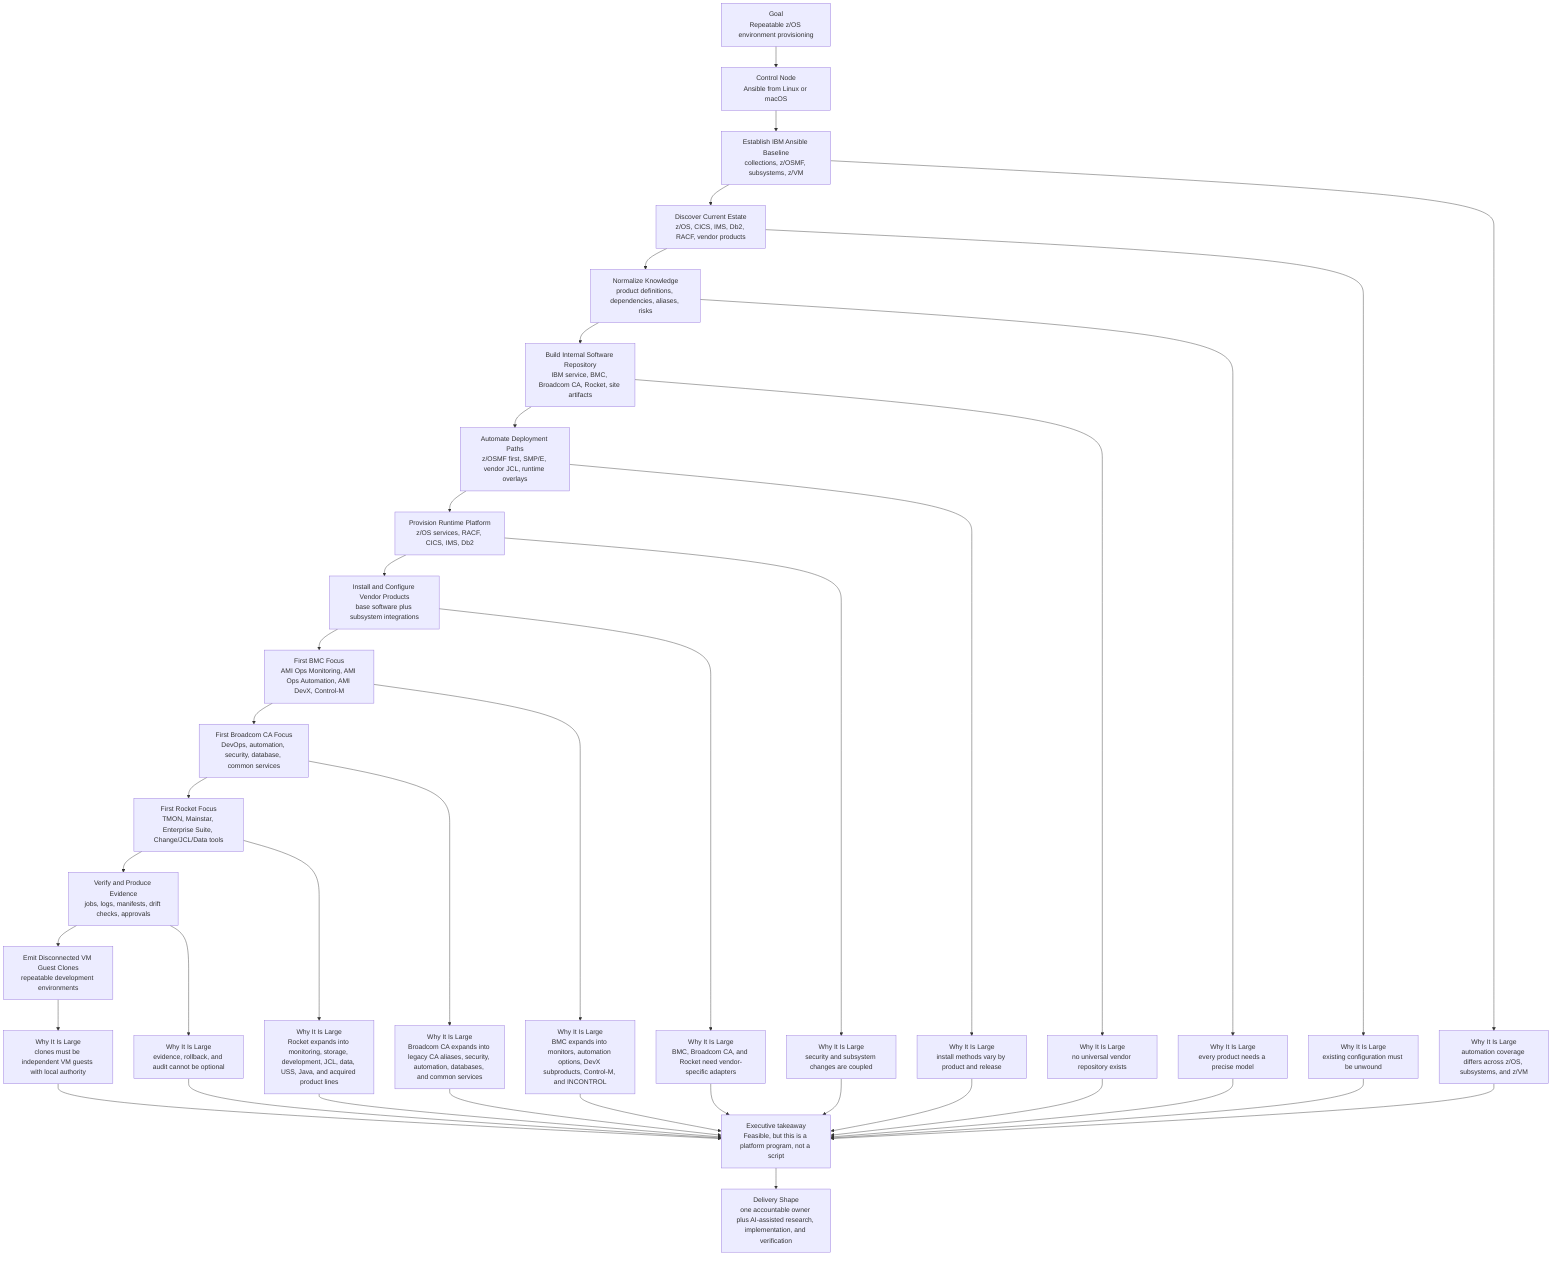
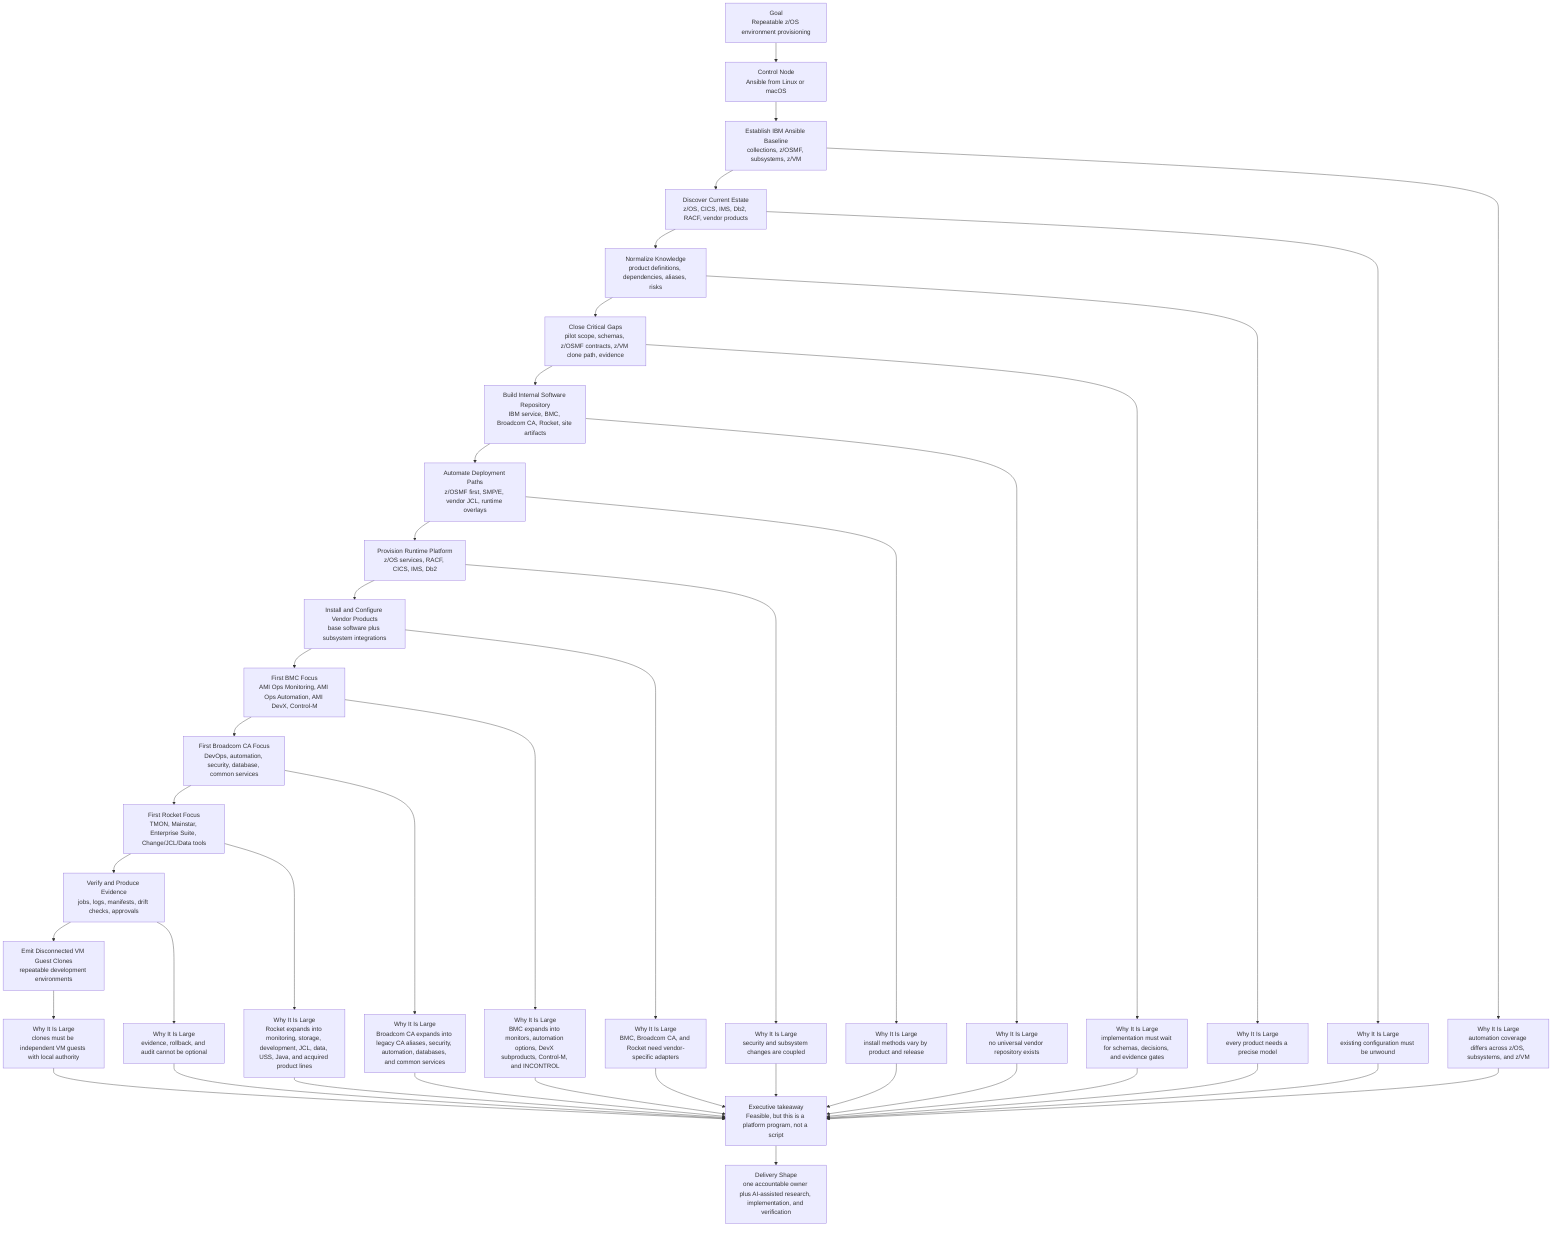
flowchart TD
    A["Goal<br/>Repeatable z/OS environment provisioning"] --> B["Control Node<br/>Ansible from Linux or macOS"]

    B --> AA["Establish IBM Ansible Baseline<br/>collections, z/OSMF, subsystems, z/VM"]
    AA --> C["Discover Current Estate<br/>z/OS, CICS, IMS, Db2, RACF, vendor products"]
    C --> D["Normalize Knowledge<br/>product definitions, dependencies, aliases, risks"]
-     D --> E["Build Internal Software Repository<br/>IBM service, BMC, Broadcom CA, Rocket, site artifacts"]
+     D --> GA["Close Critical Gaps<br/>pilot scope, schemas, z/OSMF contracts, z/VM clone path, evidence"]
+     GA --> E["Build Internal Software Repository<br/>IBM service, BMC, Broadcom CA, Rocket, site artifacts"]
    E --> F["Automate Deployment Paths<br/>z/OSMF first, SMP/E, vendor JCL, runtime overlays"]
    F --> G["Provision Runtime Platform<br/>z/OS services, RACF, CICS, IMS, Db2"]
    G --> H["Install and Configure Vendor Products<br/>base software plus subsystem integrations"]
    H --> U["First BMC Focus<br/>AMI Ops Monitoring, AMI Ops Automation, AMI DevX, Control-M"]
    U --> W["First Broadcom CA Focus<br/>DevOps, automation, security, database, common services"]
    W --> Y["First Rocket Focus<br/>TMON, Mainstar, Enterprise Suite, Change/JCL/Data tools"]
    Y --> I["Verify and Produce Evidence<br/>jobs, logs, manifests, drift checks, approvals"]
    I --> J["Emit Disconnected VM Guest Clones<br/>repeatable development environments"]

    C --> K["Why It Is Large<br/>existing configuration must be unwound"]
    AA --> AB["Why It Is Large<br/>automation coverage differs across z/OS, subsystems, and z/VM"]
    D --> L["Why It Is Large<br/>every product needs a precise model"]
+     GA --> GB["Why It Is Large<br/>implementation must wait for schemas, decisions, and evidence gates"]
    E --> M["Why It Is Large<br/>no universal vendor repository exists"]
    F --> N["Why It Is Large<br/>install methods vary by product and release"]
    G --> O["Why It Is Large<br/>security and subsystem changes are coupled"]
    H --> P["Why It Is Large<br/>BMC, Broadcom CA, and Rocket need vendor-specific adapters"]
    U --> V["Why It Is Large<br/>BMC expands into monitors, automation options, DevX subproducts, Control-M, and INCONTROL"]
    W --> X["Why It Is Large<br/>Broadcom CA expands into legacy CA aliases, security, automation, databases, and common services"]
    Y --> Z["Why It Is Large<br/>Rocket expands into monitoring, storage, development, JCL, data, USS, Java, and acquired product lines"]
    I --> Q["Why It Is Large<br/>evidence, rollback, and audit cannot be optional"]
    J --> R["Why It Is Large<br/>clones must be independent VM guests with local authority"]

    K --> S["Executive takeaway<br/>Feasible, but this is a platform program, not a script"]
    AB --> S
    L --> S
+     GB --> S
    M --> S
    N --> S
    O --> S
    P --> S
    V --> S
    X --> S
    Z --> S
    Q --> S
    R --> S

    S --> T["Delivery Shape<br/>one accountable owner plus AI-assisted research, implementation, and verification"]
